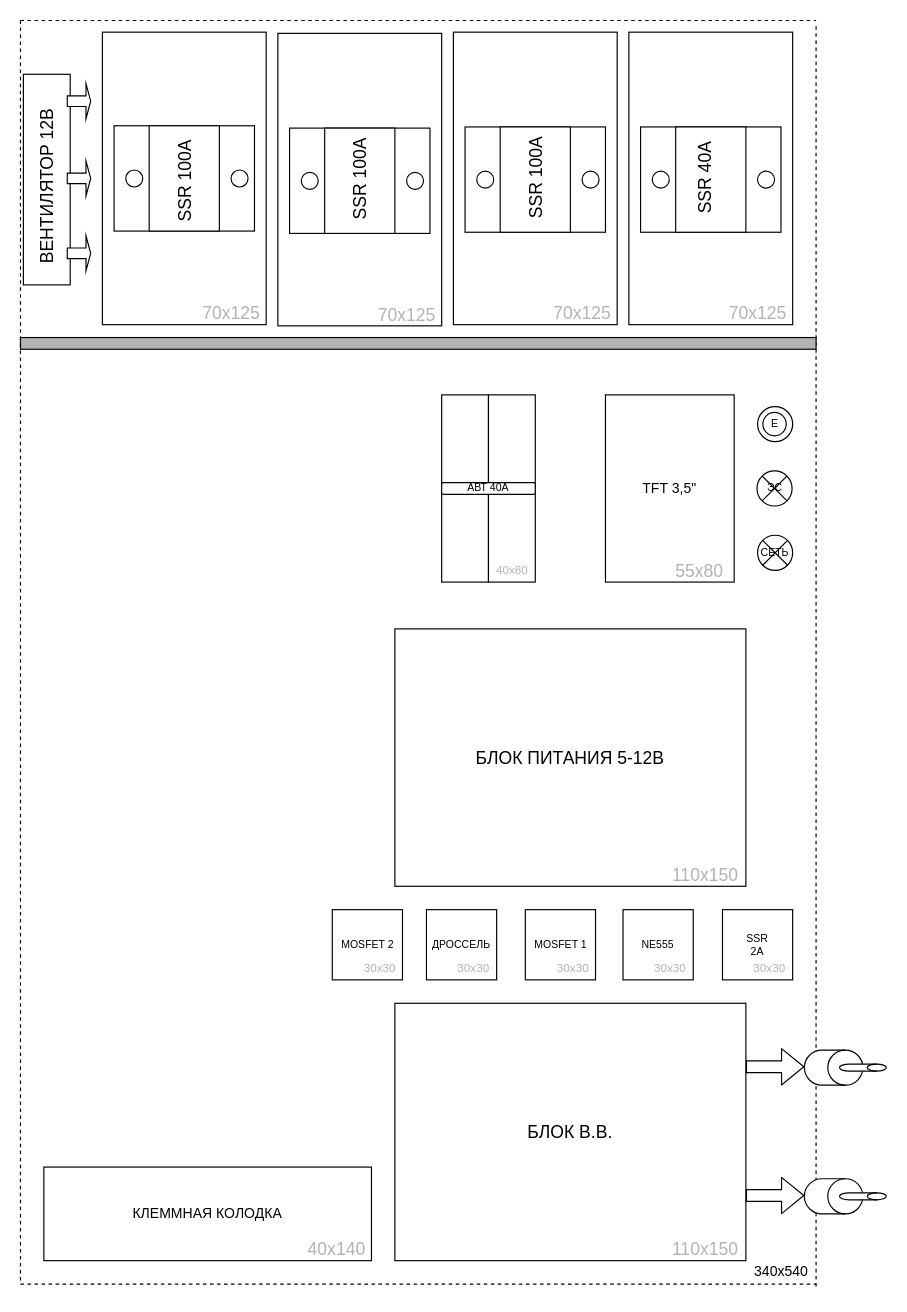
jekavovikovich/jekavovikovich keeps this draw.io diagram as kopv5mk_placement_diagram_v2.drawio. Above is the earlier version. Source tidied: cells renumbered, new cells numbered last; positions are measured from the earlier drawing's top-left corner, leaving out a move shared by most shapes. Both pictures are drawn from the tidied source at 117%, with x=0, y=0 at pixel (-44, 20).
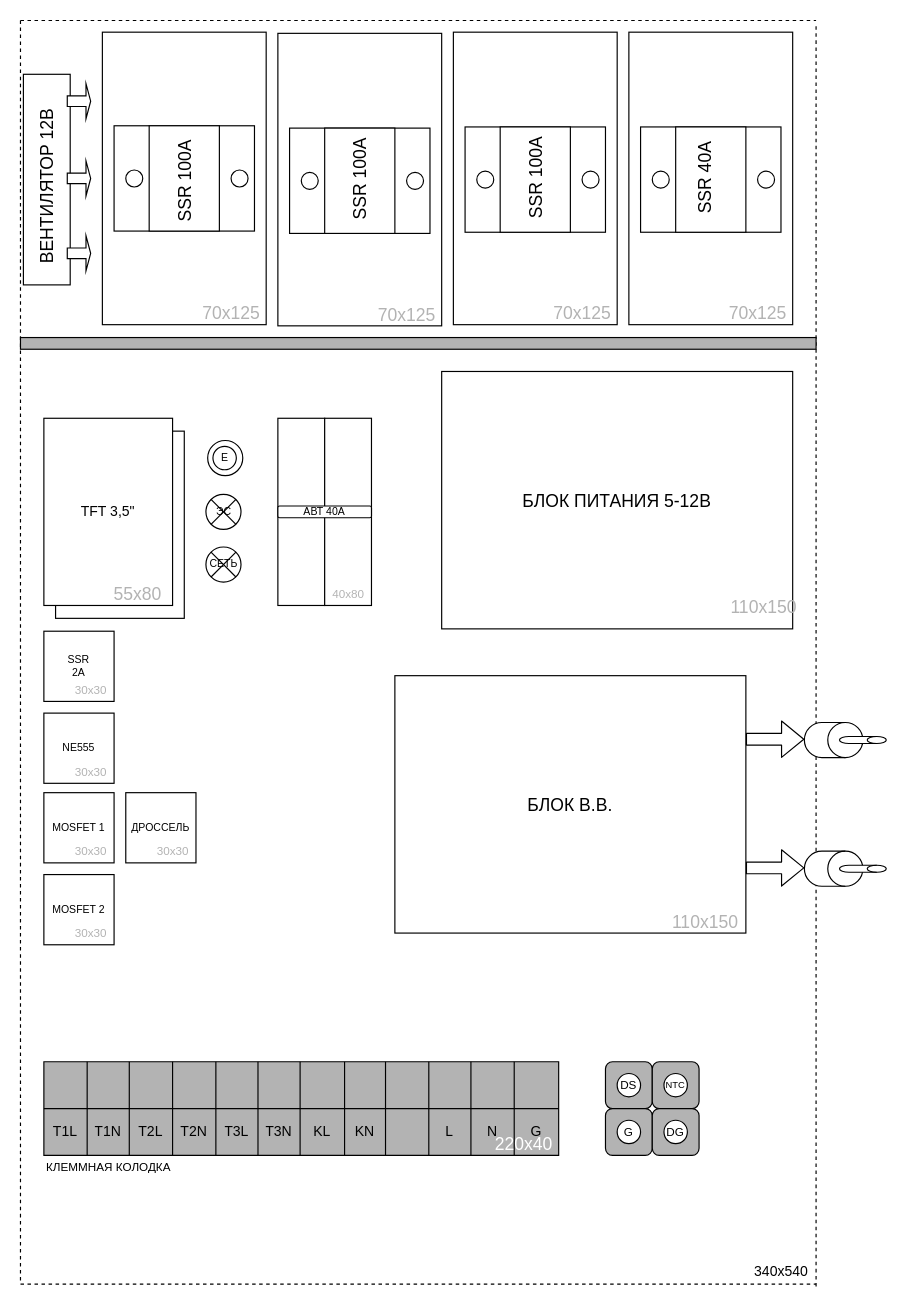
The same diagram, later.

The edit, as a diff of the source:
```diff
@@
+    <mxCell id="73" style="rounded=0;whiteSpace=wrap;html=1;" parent="1" vertex="1">
+      <mxGeometry x="85" y="351" width="110" height="160" as="geometry" />
+    </mxCell>
@@
-    <mxCell id="7" value="КЛЕММНАЯ КОЛОДКА" style="rounded=0;whiteSpace=wrap;html=1;" parent="1" vertex="1">
-      <mxGeometry x="75" y="980" width="280" height="80" as="geometry" />
-    </mxCell>
-    <mxCell id="8" value="40х140" style="text;html=1;align=center;verticalAlign=middle;strokeColor=none;fontSize=15;fontColor=#B3B3B3;" parent="1" vertex="1">
-      <mxGeometry x="294.5" y="1040" width="60" height="20" as="geometry" />
-    </mxCell>
     <mxCell id="9" style="rounded=0;whiteSpace=wrap;html=1;" parent="1" vertex="1">
-      <mxGeometry x="415" y="320" width="40" height="160" as="geometry" />
+      <mxGeometry x="275" y="340" width="40" height="160" as="geometry" />
     </mxCell>
     <mxCell id="10" value="TFT 3,5&quot;" style="rounded=0;whiteSpace=wrap;html=1;" parent="1" vertex="1">
-      <mxGeometry x="555" y="320" width="110" height="160" as="geometry" />
+      <mxGeometry x="75" y="340" width="110" height="160" as="geometry" />
     </mxCell>
     <mxCell id="11" style="rounded=0;whiteSpace=wrap;html=1;" parent="1" vertex="1">
-      <mxGeometry x="455" y="320" width="40" height="160" as="geometry" />
+      <mxGeometry x="315" y="340" width="40" height="160" as="geometry" />
     </mxCell>
     <mxCell id="12" value="АВТ 40А" style="rounded=1;whiteSpace=wrap;html=1;fontSize=9;" parent="1" vertex="1">
-      <mxGeometry x="415" y="395" width="80" height="10" as="geometry" />
+      <mxGeometry x="275" y="415" width="80" height="10" as="geometry" />
     </mxCell>
     <mxCell id="13" style="ellipse;whiteSpace=wrap;html=1;fontSize=9;" parent="1" vertex="1">
-      <mxGeometry x="685" y="330" width="30" height="30" as="geometry" />
+      <mxGeometry x="215" y="359" width="30" height="30" as="geometry" />
     </mxCell>
     <mxCell id="14" value="E" style="ellipse;whiteSpace=wrap;html=1;fontSize=9;" parent="1" vertex="1">
-      <mxGeometry x="689.5" y="335" width="20" height="20" as="geometry" />
+      <mxGeometry x="219.5" y="364" width="20" height="20" as="geometry" />
     </mxCell>
     <mxCell id="15" value="ЭС" style="shape=sumEllipse;perimeter=ellipsePerimeter;whiteSpace=wrap;html=1;backgroundOutline=1;fontSize=9;" parent="1" vertex="1">
-      <mxGeometry x="684.5" y="385" width="30" height="30" as="geometry" />
+      <mxGeometry x="213.5" y="405" width="30" height="30" as="geometry" />
     </mxCell>
     <mxCell id="16" value="&lt;div style=&quot;font-size: 10px;&quot;&gt;40x80&lt;/div&gt;" style="text;html=1;align=center;verticalAlign=middle;strokeColor=none;fontSize=10;fontColor=#B3B3B3;" parent="1" vertex="1">
-      <mxGeometry x="455" y="460" width="40" height="20" as="geometry" />
+      <mxGeometry x="315" y="480" width="40" height="20" as="geometry" />
     </mxCell>
     <mxCell id="17" value="&lt;div&gt;55x80&lt;/div&gt;" style="text;html=1;align=center;verticalAlign=middle;strokeColor=none;fontSize=15;fontColor=#B3B3B3;" parent="1" vertex="1">
-      <mxGeometry x="605" y="460" width="60" height="20" as="geometry" />
+      <mxGeometry x="125" y="480" width="60" height="20" as="geometry" />
     </mxCell>
@@
     <mxCell id="51" value="&lt;div&gt;SSR&lt;/div&gt;&lt;div&gt;2A&lt;br&gt;&lt;/div&gt;" style="whiteSpace=wrap;html=1;fontSize=9;" parent="1" vertex="1">
-      <mxGeometry x="655" y="760" width="60" height="60" as="geometry" />
+      <mxGeometry x="75" y="522" width="60" height="60" as="geometry" />
     </mxCell>
-    <mxCell id="52" value="&lt;div&gt;NE555&lt;/div&gt;" style="whiteSpace=wrap;html=1;fontSize=9;" parent="1" vertex="1">
-      <mxGeometry x="570" y="760" width="60" height="60" as="geometry" />
+    <mxCell id="52" value="MOSFET 1" style="whiteSpace=wrap;html=1;fontSize=9;" parent="1" vertex="1">
+      <mxGeometry x="75" y="660" width="60" height="60" as="geometry" />
     </mxCell>
-    <mxCell id="53" value="MOSFET 1" style="whiteSpace=wrap;html=1;fontSize=9;" parent="1" vertex="1">
-      <mxGeometry x="486.5" y="760" width="60" height="60" as="geometry" />
+    <mxCell id="53" value="NE555" style="whiteSpace=wrap;html=1;fontSize=9;" parent="1" vertex="1">
+      <mxGeometry x="75" y="592" width="60" height="60" as="geometry" />
     </mxCell>
     <mxCell id="54" value="MOSFET 2" style="whiteSpace=wrap;html=1;fontSize=9;" parent="1" vertex="1">
-      <mxGeometry x="321.5" y="760" width="60" height="60" as="geometry" />
+      <mxGeometry x="75" y="730" width="60" height="60" as="geometry" />
     </mxCell>
     <mxCell id="55" value="30x30" style="text;html=1;align=center;verticalAlign=middle;strokeColor=none;fontSize=10;fontColor=#B3B3B3;" parent="1" vertex="1">
-      <mxGeometry x="590" y="800" width="40" height="20" as="geometry" />
+      <mxGeometry x="95" y="700" width="40" height="20" as="geometry" />
     </mxCell>
     <mxCell id="56" value="30x30" style="text;html=1;align=center;verticalAlign=middle;strokeColor=none;fontSize=10;fontColor=#B3B3B3;" parent="1" vertex="1">
-      <mxGeometry x="675" y="800" width="40" height="20" as="geometry" />
+      <mxGeometry x="95" y="562" width="40" height="20" as="geometry" />
     </mxCell>
     <mxCell id="57" value="30x30" style="text;html=1;align=center;verticalAlign=middle;strokeColor=none;fontSize=10;fontColor=#B3B3B3;" parent="1" vertex="1">
-      <mxGeometry x="506.5" y="800" width="40" height="20" as="geometry" />
+      <mxGeometry x="95" y="632" width="40" height="20" as="geometry" />
     </mxCell>
     <mxCell id="58" value="30x30" style="text;html=1;align=center;verticalAlign=middle;strokeColor=none;fontSize=10;fontColor=#B3B3B3;" parent="1" vertex="1">
-      <mxGeometry x="341.5" y="800" width="40" height="20" as="geometry" />
+      <mxGeometry x="95" y="770" width="40" height="20" as="geometry" />
     </mxCell>
     <mxCell id="59" value="ДРОССЕЛЬ" style="whiteSpace=wrap;html=1;fontSize=9;" parent="1" vertex="1">
-      <mxGeometry x="402" y="760" width="60" height="60" as="geometry" />
+      <mxGeometry x="145" y="660" width="60" height="60" as="geometry" />
     </mxCell>
     <mxCell id="60" value="30x30" style="text;html=1;align=center;verticalAlign=middle;strokeColor=none;fontSize=10;fontColor=#B3B3B3;" parent="1" vertex="1">
-      <mxGeometry x="422" y="800" width="40" height="20" as="geometry" />
+      <mxGeometry x="165" y="700" width="40" height="20" as="geometry" />
     </mxCell>
     <mxCell id="61" value="&lt;div&gt;БЛОК ПИТАНИЯ 5-12В&lt;/div&gt;" style="rounded=0;whiteSpace=wrap;html=1;fontSize=15;" parent="1" vertex="1">
-      <mxGeometry x="375" y="520" width="300" height="220" as="geometry" />
+      <mxGeometry x="415" y="300" width="300" height="220" as="geometry" />
     </mxCell>
     <mxCell id="62" value="110x150" style="text;html=1;align=center;verticalAlign=middle;strokeColor=none;fontSize=15;fontColor=#B3B3B3;" parent="1" vertex="1">
-      <mxGeometry x="605" y="720" width="70" height="20" as="geometry" />
+      <mxGeometry x="655" y="491" width="70" height="20" as="geometry" />
     </mxCell>
     <mxCell id="63" value="&lt;div&gt;БЛОК В.В.&lt;br&gt;&lt;/div&gt;" style="rounded=0;whiteSpace=wrap;html=1;fontSize=15;" parent="1" vertex="1">
-      <mxGeometry x="375" y="840" width="300" height="220" as="geometry" />
+      <mxGeometry x="375" y="560" width="300" height="220" as="geometry" />
     </mxCell>
     <mxCell id="64" value="110x150" style="text;html=1;align=center;verticalAlign=middle;strokeColor=none;fontSize=15;fontColor=#B3B3B3;" parent="1" vertex="1">
-      <mxGeometry x="605" y="1040" width="70" height="20" as="geometry" />
+      <mxGeometry x="605" y="760" width="70" height="20" as="geometry" />
     </mxCell>
     <mxCell id="65" style="shape=cylinder3;whiteSpace=wrap;html=1;boundedLbl=1;backgroundOutline=1;size=15;direction=south;" parent="1" vertex="1">
-      <mxGeometry x="725" y="880" width="50" height="30" as="geometry" />
+      <mxGeometry x="725" y="600" width="50" height="30" as="geometry" />
     </mxCell>
     <mxCell id="66" style="shape=cylinder3;whiteSpace=wrap;html=1;boundedLbl=1;backgroundOutline=1;size=15;direction=south;" parent="1" vertex="1">
-      <mxGeometry x="725" y="990" width="50" height="30" as="geometry" />
+      <mxGeometry x="725" y="710" width="50" height="30" as="geometry" />
     </mxCell>
     <mxCell id="67" style="shape=flexArrow;endArrow=classic;html=1;" parent="1" edge="1">
       <mxGeometry relative="1" as="geometry">
-        <mxPoint x="675" y="1004.3" as="sourcePoint" />
-        <mxPoint x="725" y="1004.3" as="targetPoint" />
+        <mxPoint x="675" y="724.3" as="sourcePoint" />
+        <mxPoint x="725" y="724.3" as="targetPoint" />
       </mxGeometry>
     </mxCell>
     <mxCell id="68" style="shape=flexArrow;endArrow=classic;html=1;" parent="1" edge="1">
       <mxGeometry relative="1" as="geometry">
-        <mxPoint x="675" y="894.3" as="sourcePoint" />
-        <mxPoint x="725" y="894.3" as="targetPoint" />
+        <mxPoint x="675" y="614.3" as="sourcePoint" />
+        <mxPoint x="725" y="614.3" as="targetPoint" />
       </mxGeometry>
     </mxCell>
     <mxCell id="69" style="shape=cylinder3;whiteSpace=wrap;html=1;boundedLbl=1;backgroundOutline=1;size=8.142857142856883;direction=south;" parent="1" vertex="1">
-      <mxGeometry x="755" y="1002" width="40" height="6" as="geometry" />
+      <mxGeometry x="755" y="722" width="40" height="6" as="geometry" />
     </mxCell>
     <mxCell id="70" style="shape=cylinder3;whiteSpace=wrap;html=1;boundedLbl=1;backgroundOutline=1;size=8.142857142856883;direction=south;" parent="1" vertex="1">
-      <mxGeometry x="755" y="892" width="40" height="6" as="geometry" />
+      <mxGeometry x="755" y="612" width="40" height="6" as="geometry" />
     </mxCell>
     <mxCell id="71" value="СЕТЬ" style="shape=sumEllipse;perimeter=ellipsePerimeter;whiteSpace=wrap;html=1;backgroundOutline=1;fontSize=9;" parent="1" vertex="1">
-      <mxGeometry x="685" y="440" width="30" height="30" as="geometry" />
+      <mxGeometry x="213.5" y="450" width="30" height="30" as="geometry" />
     </mxCell>
@@
+    <mxCell id="74" style="shape=table;html=1;whiteSpace=wrap;startSize=0;childLayout=tableLayout;fillColor=#B3B3B3;" parent="1" vertex="1">
+      <mxGeometry x="75" y="890" width="440" height="80" as="geometry" />
+    </mxCell>
+    <mxCell id="75" style="shape=partialRectangle;html=1;whiteSpace=wrap;fillColor=none;top=0;left=0;bottom=0;right=0;" parent="74" vertex="1">
+      <mxGeometry width="440" height="40" as="geometry" />
+    </mxCell>
+    <mxCell id="76" style="shape=partialRectangle;html=1;whiteSpace=wrap;fillColor=none;top=0;left=0;bottom=0;right=0;overflow=hidden;" parent="75" vertex="1">
+      <mxGeometry width="37" height="40" as="geometry" />
+    </mxCell>
+    <mxCell id="77" style="shape=partialRectangle;html=1;whiteSpace=wrap;fillColor=none;top=0;left=0;bottom=0;right=0;overflow=hidden;" parent="75" vertex="1">
+      <mxGeometry x="37" width="36" height="40" as="geometry" />
+    </mxCell>
+    <mxCell id="78" style="shape=partialRectangle;html=1;whiteSpace=wrap;fillColor=none;top=0;left=0;bottom=0;right=0;overflow=hidden;" parent="75" vertex="1">
+      <mxGeometry x="73" width="37" height="40" as="geometry" />
+    </mxCell>
+    <mxCell id="79" style="shape=partialRectangle;html=1;whiteSpace=wrap;fillColor=none;top=0;left=0;bottom=0;right=0;overflow=hidden;" parent="75" vertex="1">
+      <mxGeometry x="110" width="37" height="40" as="geometry" />
+    </mxCell>
+    <mxCell id="80" style="shape=partialRectangle;html=1;whiteSpace=wrap;fillColor=none;top=0;left=0;bottom=0;right=0;overflow=hidden;" parent="75" vertex="1">
+      <mxGeometry x="147" width="36" height="40" as="geometry" />
+    </mxCell>
+    <mxCell id="81" style="shape=partialRectangle;html=1;whiteSpace=wrap;fillColor=none;top=0;left=0;bottom=0;right=0;overflow=hidden;" parent="75" vertex="1">
+      <mxGeometry x="183" width="36" height="40" as="geometry" />
+    </mxCell>
+    <mxCell id="82" style="shape=partialRectangle;html=1;whiteSpace=wrap;fillColor=none;top=0;left=0;bottom=0;right=0;overflow=hidden;" parent="75" vertex="1">
+      <mxGeometry x="219" width="38" height="40" as="geometry" />
+    </mxCell>
+    <mxCell id="83" style="shape=partialRectangle;html=1;whiteSpace=wrap;fillColor=none;top=0;left=0;bottom=0;right=0;overflow=hidden;" parent="75" vertex="1">
+      <mxGeometry x="257" width="35" height="40" as="geometry" />
+    </mxCell>
+    <mxCell id="84" style="shape=partialRectangle;html=1;whiteSpace=wrap;fillColor=none;top=0;left=0;bottom=0;right=0;overflow=hidden;" parent="75" vertex="1">
+      <mxGeometry x="292" width="37" height="40" as="geometry" />
+    </mxCell>
+    <mxCell id="85" style="shape=partialRectangle;html=1;whiteSpace=wrap;fillColor=none;top=0;left=0;bottom=0;right=0;overflow=hidden;" parent="75" vertex="1">
+      <mxGeometry x="329" width="36" height="40" as="geometry" />
+    </mxCell>
+    <mxCell id="86" style="shape=partialRectangle;html=1;whiteSpace=wrap;fillColor=none;top=0;left=0;bottom=0;right=0;overflow=hidden;" parent="75" vertex="1">
+      <mxGeometry x="365" width="37" height="40" as="geometry" />
+    </mxCell>
+    <mxCell id="87" style="shape=partialRectangle;html=1;whiteSpace=wrap;fillColor=none;top=0;left=0;bottom=0;right=0;overflow=hidden;" parent="75" vertex="1">
+      <mxGeometry x="402" width="38" height="40" as="geometry" />
+    </mxCell>
+    <mxCell id="88" style="shape=partialRectangle;html=1;whiteSpace=wrap;fillColor=none;top=0;left=0;bottom=0;right=0;" parent="74" vertex="1">
+      <mxGeometry y="40" width="440" height="40" as="geometry" />
+    </mxCell>
+    <mxCell id="89" value="T1L" style="shape=partialRectangle;html=1;whiteSpace=wrap;fillColor=none;top=0;left=0;bottom=0;right=0;overflow=hidden;" parent="88" vertex="1">
+      <mxGeometry width="37" height="40" as="geometry" />
+    </mxCell>
+    <mxCell id="90" value="T1N" style="shape=partialRectangle;html=1;whiteSpace=wrap;fillColor=none;top=0;left=0;bottom=0;right=0;overflow=hidden;" parent="88" vertex="1">
+      <mxGeometry x="37" width="36" height="40" as="geometry" />
+    </mxCell>
+    <mxCell id="91" value="T2L" style="shape=partialRectangle;html=1;whiteSpace=wrap;fillColor=none;top=0;left=0;bottom=0;right=0;overflow=hidden;" parent="88" vertex="1">
+      <mxGeometry x="73" width="37" height="40" as="geometry" />
+    </mxCell>
+    <mxCell id="92" value="T2N" style="shape=partialRectangle;html=1;whiteSpace=wrap;fillColor=none;top=0;left=0;bottom=0;right=0;overflow=hidden;" parent="88" vertex="1">
+      <mxGeometry x="110" width="37" height="40" as="geometry" />
+    </mxCell>
+    <mxCell id="93" value="T3L" style="shape=partialRectangle;html=1;whiteSpace=wrap;fillColor=none;top=0;left=0;bottom=0;right=0;overflow=hidden;" parent="88" vertex="1">
+      <mxGeometry x="147" width="36" height="40" as="geometry" />
+    </mxCell>
+    <mxCell id="94" value="T3N" style="shape=partialRectangle;html=1;whiteSpace=wrap;fillColor=none;top=0;left=0;bottom=0;right=0;overflow=hidden;" parent="88" vertex="1">
+      <mxGeometry x="183" width="36" height="40" as="geometry" />
+    </mxCell>
+    <mxCell id="95" value="KL" style="shape=partialRectangle;html=1;whiteSpace=wrap;fillColor=none;top=0;left=0;bottom=0;right=0;overflow=hidden;" parent="88" vertex="1">
+      <mxGeometry x="219" width="38" height="40" as="geometry" />
+    </mxCell>
+    <mxCell id="96" value="KN" style="shape=partialRectangle;html=1;whiteSpace=wrap;fillColor=none;top=0;left=0;bottom=0;right=0;overflow=hidden;" parent="88" vertex="1">
+      <mxGeometry x="257" width="35" height="40" as="geometry" />
+    </mxCell>
+    <mxCell id="97" style="shape=partialRectangle;html=1;whiteSpace=wrap;fillColor=none;top=0;left=0;bottom=0;right=0;overflow=hidden;" parent="88" vertex="1">
+      <mxGeometry x="292" width="37" height="40" as="geometry" />
+    </mxCell>
+    <mxCell id="98" value="L" style="shape=partialRectangle;html=1;whiteSpace=wrap;fillColor=none;top=0;left=0;bottom=0;right=0;overflow=hidden;" parent="88" vertex="1">
+      <mxGeometry x="329" width="36" height="40" as="geometry" />
+    </mxCell>
+    <mxCell id="99" value="N&lt;span style=&quot;white-space: pre&quot;&gt;&lt;/span&gt;" style="shape=partialRectangle;html=1;whiteSpace=wrap;fillColor=none;top=0;left=0;bottom=0;right=0;overflow=hidden;" parent="88" vertex="1">
+      <mxGeometry x="365" width="37" height="40" as="geometry" />
+    </mxCell>
+    <mxCell id="100" value="G" style="shape=partialRectangle;html=1;whiteSpace=wrap;fillColor=none;top=0;left=0;bottom=0;right=0;overflow=hidden;" parent="88" vertex="1">
+      <mxGeometry x="402" width="38" height="40" as="geometry" />
+    </mxCell>
+    <mxCell id="101" value="220x40" style="text;html=1;align=center;verticalAlign=middle;strokeColor=none;fontSize=15;fontColor=#FFFFFF;" parent="1" vertex="1">
+      <mxGeometry x="455" y="950" width="60" height="20" as="geometry" />
+    </mxCell>
+    <mxCell id="7" value="&lt;div style=&quot;font-size: 10px;&quot;&gt;КЛЕММНАЯ КОЛОДКА&lt;/div&gt;" style="text;html=1;align=center;verticalAlign=middle;strokeColor=none;fontSize=10;" parent="1" vertex="1">
+      <mxGeometry x="70" y="970" width="120" height="20" as="geometry" />
+    </mxCell>
+    <mxCell id="102" style="rounded=1;whiteSpace=wrap;html=1;fontSize=10;fontColor=#000000;fillColor=#B3B3B3;" parent="1" vertex="1">
+      <mxGeometry x="555" y="890" width="40" height="40" as="geometry" />
+    </mxCell>
+    <mxCell id="103" style="rounded=1;whiteSpace=wrap;html=1;fontSize=10;fontColor=#000000;fillColor=#B3B3B3;" parent="1" vertex="1">
+      <mxGeometry x="555" y="930" width="40" height="40" as="geometry" />
+    </mxCell>
+    <mxCell id="104" style="rounded=1;whiteSpace=wrap;html=1;fontSize=10;fontColor=#000000;fillColor=#B3B3B3;" parent="1" vertex="1">
+      <mxGeometry x="595" y="890" width="40" height="40" as="geometry" />
+    </mxCell>
+    <mxCell id="105" style="rounded=1;whiteSpace=wrap;html=1;fontSize=10;fontColor=#000000;fillColor=#B3B3B3;" parent="1" vertex="1">
+      <mxGeometry x="595" y="930" width="40" height="40" as="geometry" />
+    </mxCell>
+    <mxCell id="106" value="DG" style="ellipse;whiteSpace=wrap;html=1;fontSize=10;fontColor=#000000;fillColor=#FFFFFF;" parent="1" vertex="1">
+      <mxGeometry x="605" y="940" width="20" height="20" as="geometry" />
+    </mxCell>
+    <mxCell id="107" value="DS" style="ellipse;whiteSpace=wrap;html=1;fontSize=10;fontColor=#000000;fillColor=#FFFFFF;" parent="1" vertex="1">
+      <mxGeometry x="565" y="900" width="20" height="20" as="geometry" />
+    </mxCell>
+    <mxCell id="108" value="NTC" style="ellipse;whiteSpace=wrap;html=1;fontSize=8;fontColor=#000000;fillColor=#FFFFFF;" parent="1" vertex="1">
+      <mxGeometry x="605" y="900" width="20" height="20" as="geometry" />
+    </mxCell>
+    <mxCell id="109" value="G" style="ellipse;whiteSpace=wrap;html=1;fontSize=10;fontColor=#000000;fillColor=#FFFFFF;" parent="1" vertex="1">
+      <mxGeometry x="565" y="940" width="20" height="20" as="geometry" />
+    </mxCell>
```
